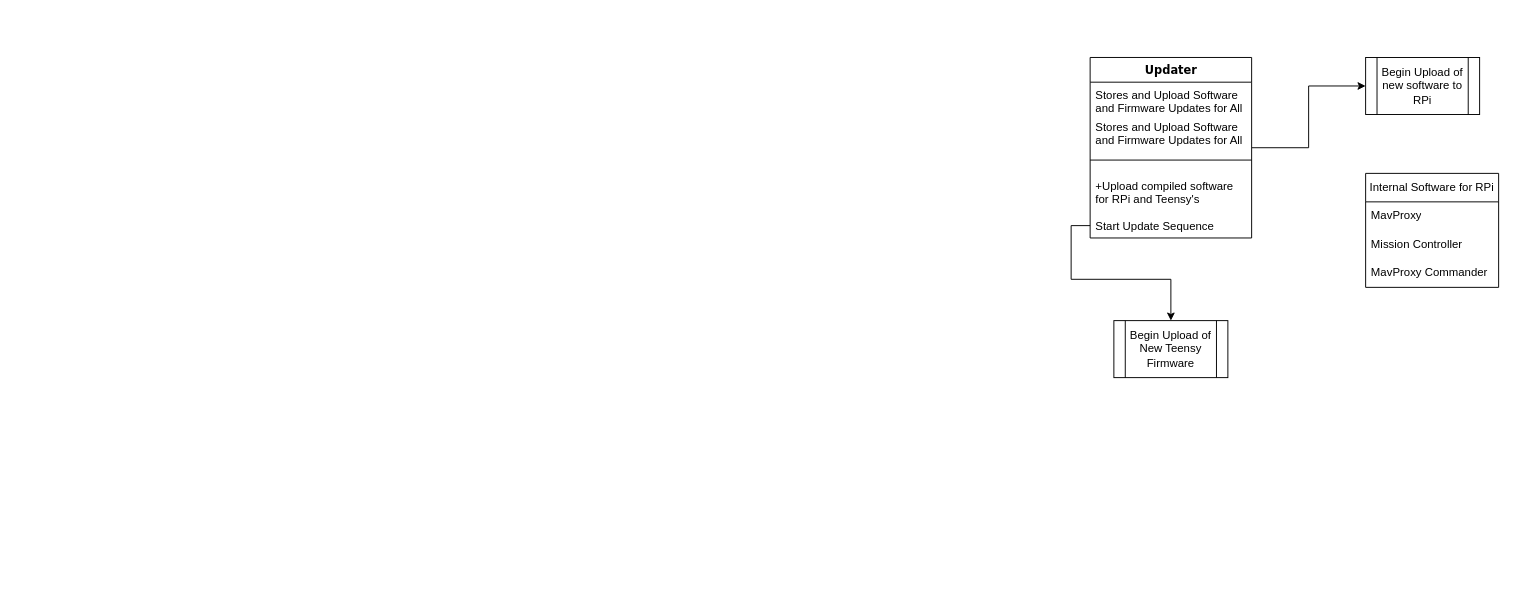
The draw.io diagram Untitled Diagram.drawio in BlueVigil/docs, before the edit. Source tidied: cells renumbered, new cells numbered last; positions are measured from the earlier drawing's top-left corner, leaving out a move shared by most shapes. Both pictures are drawn from the tidied source at 95%, with x=0, y=0 at pixel (1090, 57).
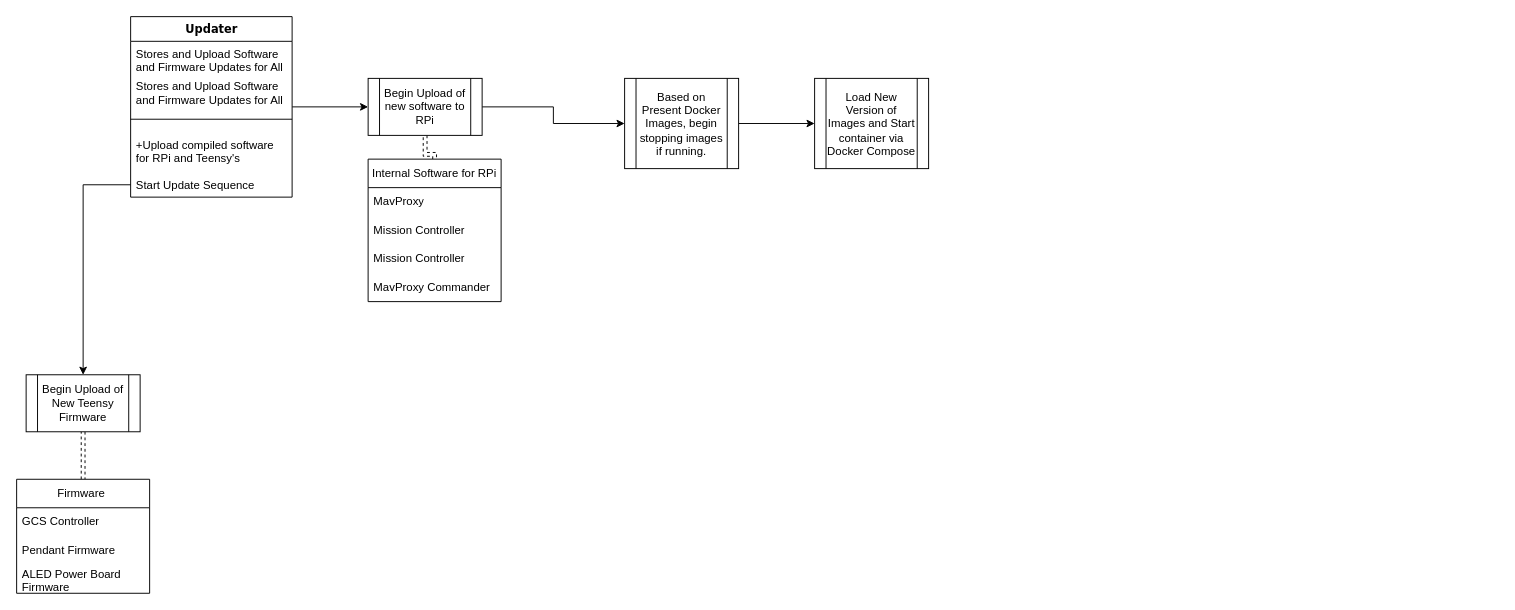
After the change.

Commit message:
Draft of RPI sequence finished

Diff of the diagram source:
```diff
@@
     <mxCell id="3" value="Updater" style="swimlane;html=1;fontStyle=1;align=center;verticalAlign=top;horizontal=1;startSize=26;swimlaneFillColor=#ffffff;rounded=0;shadow=0;comic=0;labelBackgroundColor=none;strokeWidth=1;fillColor=none;fontFamily=Verdana;fontSize=12;" parent="1" vertex="1">
-      <mxGeometry width="170" height="190" as="geometry" />
+      <mxGeometry x="-1010" y="-43" width="170" height="190" as="geometry" />
     </mxCell>
@@
+    <mxCell id="16" style="edgeStyle=orthogonalEdgeStyle;rounded=0;jettySize=auto;html=1;dashed=1;shape=link;" parent="1" edge="1" source="9" target="12">
+      <mxGeometry relative="1" as="geometry" />
+    </mxCell>
+    <mxCell id="17" style="edgeStyle=orthogonalEdgeStyle;rounded=0;jettySize=auto;html=1;" parent="1" edge="1" source="9" target="25">
+      <mxGeometry relative="1" as="geometry" />
+    </mxCell>
     <mxCell id="9" value="Begin Upload of new software to RPi" style="shape=process;whiteSpace=wrap;html=1;backgroundOutline=1;" parent="1" vertex="1">
-      <mxGeometry x="290" width="120" height="60" as="geometry" />
+      <mxGeometry x="-760" y="22" width="120" height="60" as="geometry" />
     </mxCell>
+    <mxCell id="18" style="edgeStyle=orthogonalEdgeStyle;rounded=0;jettySize=auto;html=1;entryX=0.5;entryY=0;entryDx=0;entryDy=0;shape=link;dashed=1;" parent="1" edge="1" source="10" target="20">
+      <mxGeometry relative="1" as="geometry" />
+    </mxCell>
     <mxCell id="10" value="Begin Upload of New Teensy Firmware" style="shape=process;whiteSpace=wrap;html=1;backgroundOutline=1;" parent="1" vertex="1">
-      <mxGeometry x="25" y="277" width="120" height="60" as="geometry" />
+      <mxGeometry x="-1120" y="334" width="120" height="60" as="geometry" />
     </mxCell>
@@
     <mxCell id="12" value="Internal Software for RPi" style="swimlane;fontStyle=0;horizontal=1;startSize=30;whiteSpace=wrap;html=1;" parent="1" vertex="1">
-      <mxGeometry x="290" y="122" width="140" height="120" as="geometry" />
+      <mxGeometry x="-760" y="107" width="140" height="150" as="geometry" />
     </mxCell>
@@
+    <mxCell id="19" value="Mission Controller" style="text;strokeColor=none;fillColor=none;align=left;verticalAlign=middle;spacingLeft=4;spacingRight=4;overflow=hidden;whiteSpace=wrap;html=1;" parent="12" vertex="1">
+      <mxGeometry y="60" width="140" height="30" as="geometry" />
+    </mxCell>
     <mxCell id="14" value="Mission Controller" style="text;strokeColor=none;fillColor=none;align=left;verticalAlign=middle;spacingLeft=4;spacingRight=4;overflow=hidden;whiteSpace=wrap;html=1;" parent="12" vertex="1">
-      <mxGeometry y="60" width="140" height="30" as="geometry" />
+      <mxGeometry y="90" width="140" height="30" as="geometry" />
     </mxCell>
     <mxCell id="15" value="MavProxy Commander" style="text;strokeColor=none;fillColor=none;align=left;verticalAlign=middle;spacingLeft=4;spacingRight=4;overflow=hidden;whiteSpace=wrap;html=1;" parent="12" vertex="1">
-      <mxGeometry y="90" width="140" height="30" as="geometry" />
+      <mxGeometry y="120" width="140" height="30" as="geometry" />
     </mxCell>
+    <mxCell id="20" value="Firmware&lt;span style=&quot;white-space: pre;&quot;&gt;&#9;&lt;/span&gt;" style="swimlane;fontStyle=0;horizontal=1;startSize=30;whiteSpace=wrap;html=1;" parent="1" vertex="1">
+      <mxGeometry x="-1130" y="444" width="140" height="120" as="geometry" />
+    </mxCell>
+    <mxCell id="21" value="GCS Controller" style="text;strokeColor=none;fillColor=none;align=left;verticalAlign=middle;spacingLeft=4;spacingRight=4;overflow=hidden;whiteSpace=wrap;html=1;" parent="20" vertex="1">
+      <mxGeometry y="30" width="140" height="30" as="geometry" />
+    </mxCell>
+    <mxCell id="22" value="Pendant Firmware" style="text;strokeColor=none;fillColor=none;align=left;verticalAlign=middle;spacingLeft=4;spacingRight=4;overflow=hidden;whiteSpace=wrap;html=1;" parent="20" vertex="1">
+      <mxGeometry y="60" width="140" height="30" as="geometry" />
+    </mxCell>
+    <mxCell id="23" value="ALED Power Board Firmware" style="text;strokeColor=none;fillColor=none;align=left;verticalAlign=middle;spacingLeft=4;spacingRight=4;overflow=hidden;whiteSpace=wrap;html=1;" parent="20" vertex="1">
+      <mxGeometry y="90" width="140" height="30" as="geometry" />
+    </mxCell>
+    <mxCell id="24" style="edgeStyle=orthogonalEdgeStyle;rounded=0;jettySize=auto;html=1;" parent="1" edge="1" source="25" target="26">
+      <mxGeometry relative="1" as="geometry" />
+    </mxCell>
+    <mxCell id="25" value="Based on Present Docker Images, begin stopping images if running." style="shape=process;whiteSpace=wrap;html=1;backgroundOutline=1;" parent="1" vertex="1">
+      <mxGeometry x="-490" y="22" width="120" height="95" as="geometry" />
+    </mxCell>
+    <mxCell id="26" value="Load New Version of Images and Start container via Docker Compose" style="shape=process;whiteSpace=wrap;html=1;backgroundOutline=1;" parent="1" vertex="1">
+      <mxGeometry x="-290" y="22" width="120" height="95" as="geometry" />
+    </mxCell>
```
